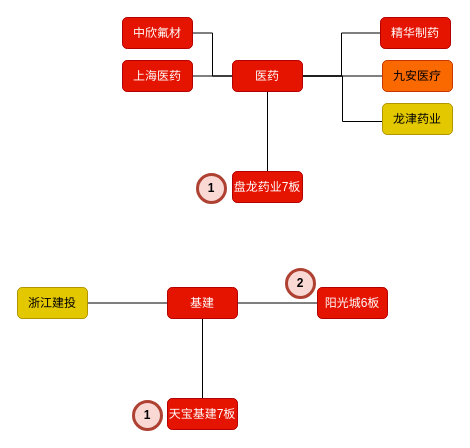
Before: page "轮回" (2 of 2) of arch.drawio in zbo/zboDoMess, a draw.io diagram. Source tidied: cells renumbered, new cells numbered last; positions are measured from the earlier drawing's top-left corner, leaving out a move shared by most shapes. Both pictures are drawn from the tidied source at 100%, with x=0, y=0 at pixel (17, 17).
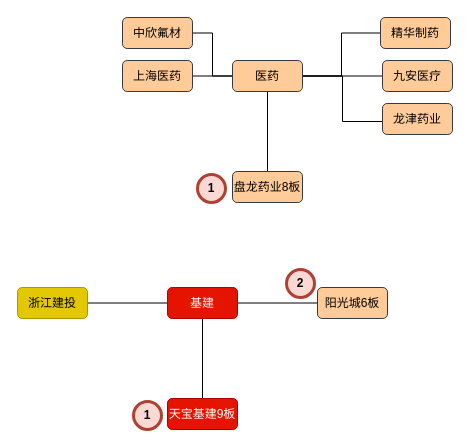
After the change.

Diff of the diagram source:
```diff
@@
-    <mxCell id="3" value="天宝基建7板" style="rounded=1;whiteSpace=wrap;html=1;fillColor=#e51400;fontColor=#ffffff;strokeColor=#B20000;" parent="1" vertex="1">
+    <mxCell id="3" value="天宝基建9板" style="rounded=1;whiteSpace=wrap;html=1;fillColor=#e51400;fontColor=#ffffff;strokeColor=#B20000;" parent="1" vertex="1">
       <mxGeometry x="150" y="381" width="70" height="31" as="geometry" />
     </mxCell>
@@
-    <mxCell id="5" value="盘龙药业7板" style="rounded=1;whiteSpace=wrap;html=1;fillColor=#e51400;fontColor=#ffffff;strokeColor=#B20000;" parent="1" vertex="1">
+    <mxCell id="5" value="盘龙药业8板" style="rounded=1;whiteSpace=wrap;html=1;fillColor=#ffcc99;strokeColor=#36393d;" parent="1" vertex="1">
       <mxGeometry x="215" y="154" width="70" height="31" as="geometry" />
     </mxCell>
@@
-    <mxCell id="14" value="医药" style="rounded=1;whiteSpace=wrap;html=1;fillColor=#e51400;fontColor=#ffffff;strokeColor=#B20000;" parent="1" vertex="1">
+    <mxCell id="14" value="医药" style="rounded=1;whiteSpace=wrap;html=1;fillColor=#ffcc99;strokeColor=#36393d;" parent="1" vertex="1">
       <mxGeometry x="215" y="43" width="70" height="31" as="geometry" />
     </mxCell>
-    <mxCell id="15" value="九安医疗" style="rounded=1;whiteSpace=wrap;html=1;fillColor=#fa6800;fontColor=#000000;strokeColor=#C73500;" parent="1" vertex="1">
+    <mxCell id="15" value="九安医疗" style="rounded=1;whiteSpace=wrap;html=1;fillColor=#ffcc99;strokeColor=#36393d;" parent="1" vertex="1">
       <mxGeometry x="365" y="43" width="70" height="31" as="geometry" />
     </mxCell>
@@
-    <mxCell id="17" value="龙津药业" style="rounded=1;whiteSpace=wrap;html=1;fillColor=#e3c800;fontColor=#000000;strokeColor=#B09500;" parent="1" vertex="1">
+    <mxCell id="17" value="龙津药业" style="rounded=1;whiteSpace=wrap;html=1;fillColor=#ffcc99;strokeColor=#36393d;" parent="1" vertex="1">
       <mxGeometry x="365" y="86" width="70" height="31" as="geometry" />
     </mxCell>
-    <mxCell id="18" value="精华制药" style="rounded=1;whiteSpace=wrap;html=1;fillColor=#e51400;fontColor=#ffffff;strokeColor=#B20000;" parent="1" vertex="1">
+    <mxCell id="18" value="精华制药" style="rounded=1;whiteSpace=wrap;html=1;fillColor=#ffcc99;strokeColor=#36393d;" parent="1" vertex="1">
       <mxGeometry x="363" width="70" height="31" as="geometry" />
     </mxCell>
-    <mxCell id="19" value="中欣氟材" style="rounded=1;whiteSpace=wrap;html=1;fillColor=#e51400;fontColor=#ffffff;strokeColor=#B20000;" parent="1" vertex="1">
+    <mxCell id="19" value="中欣氟材" style="rounded=1;whiteSpace=wrap;html=1;fillColor=#ffcc99;strokeColor=#36393d;" parent="1" vertex="1">
       <mxGeometry x="105" width="70" height="31" as="geometry" />
     </mxCell>
-    <mxCell id="20" value="上海医药" style="rounded=1;whiteSpace=wrap;html=1;fillColor=#e51400;fontColor=#ffffff;strokeColor=#B20000;" parent="1" vertex="1">
+    <mxCell id="20" value="上海医药" style="rounded=1;whiteSpace=wrap;html=1;fillColor=#ffcc99;strokeColor=#36393d;" parent="1" vertex="1">
       <mxGeometry x="105" y="43" width="70" height="31" as="geometry" />
     </mxCell>
@@
-    <mxCell id="23" value="阳光城6板" style="rounded=1;whiteSpace=wrap;html=1;fillColor=#e51400;fontColor=#ffffff;strokeColor=#B20000;" parent="1" vertex="1">
+    <mxCell id="23" value="阳光城6板" style="rounded=1;whiteSpace=wrap;html=1;fillColor=#ffcc99;strokeColor=#36393d;" parent="1" vertex="1">
       <mxGeometry x="300" y="270" width="70" height="31" as="geometry" />
     </mxCell>
```
